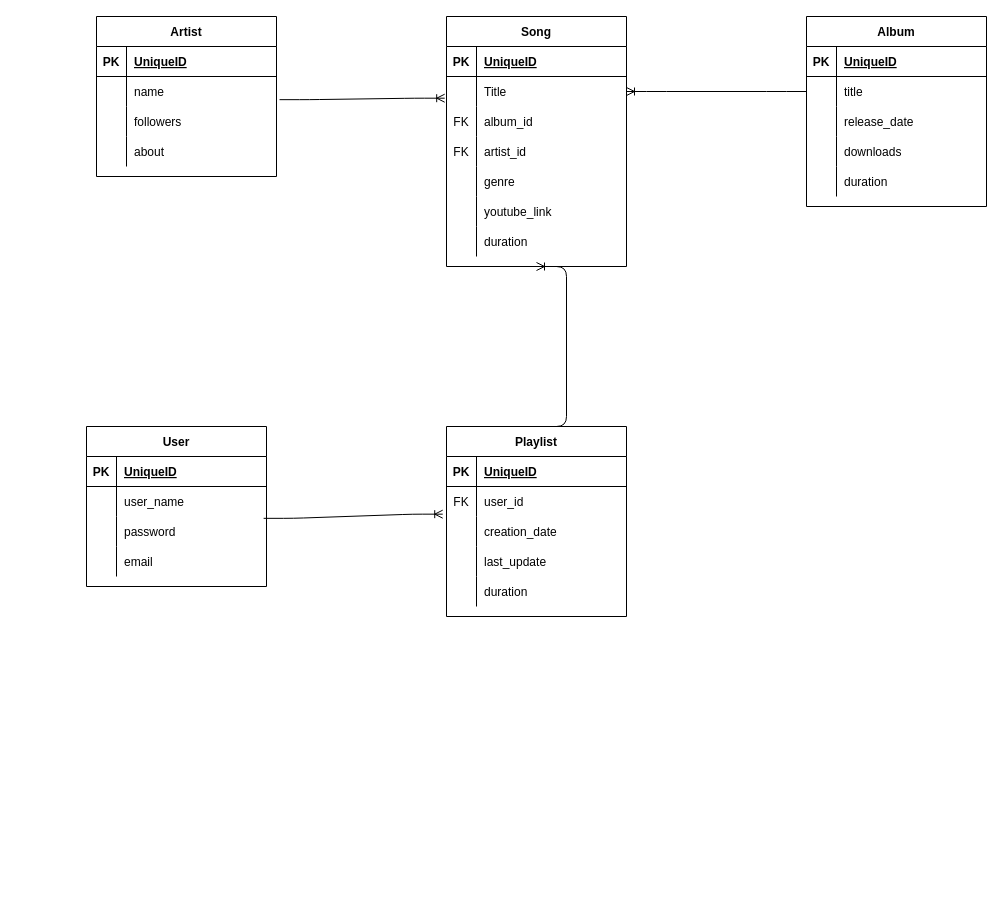
The draw.io diagram entity-relationship.drawio in learn-co-curriculum/phase-3-sinatra-react-project, before the edit. Source tidied: cells renumbered, new cells numbered last; positions are measured from the earlier drawing's top-left corner, leaving out a move shared by most shapes. Both pictures are drawn from the tidied source at 100%, with x=0, y=0 at pixel (86, 16).
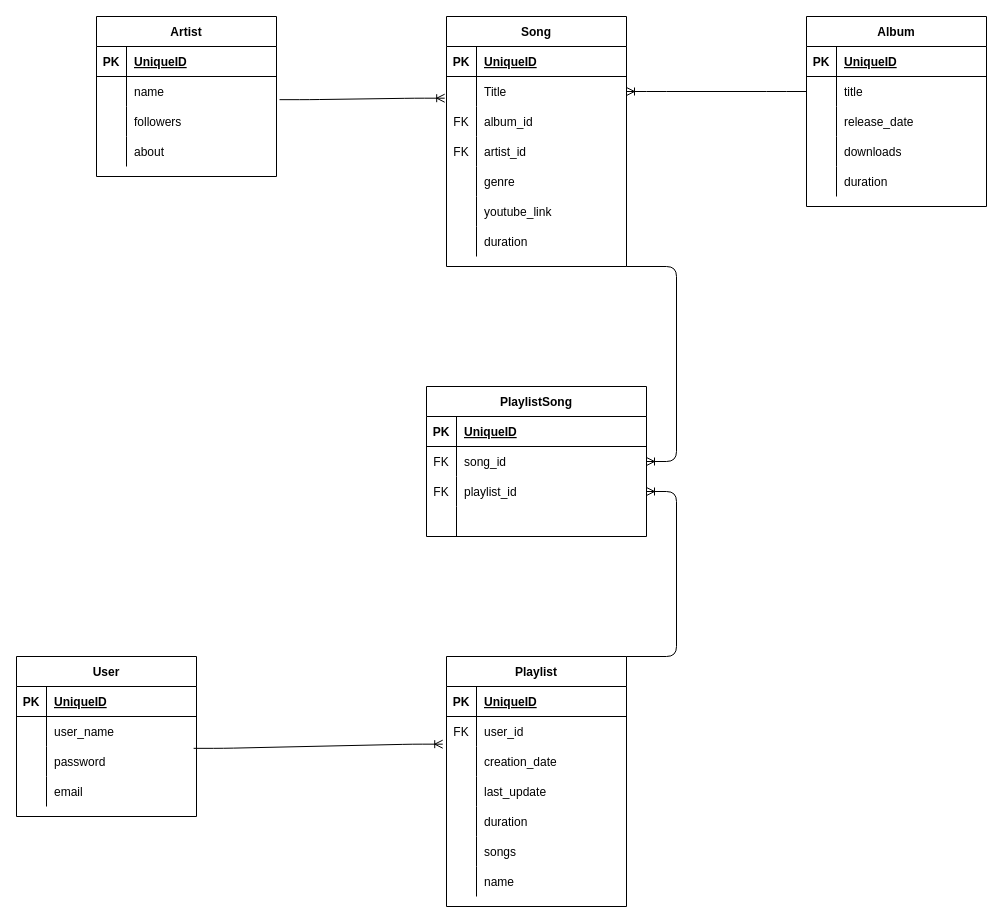
After the change.

Commit message (it also covers changes not shown here):
Added playlist_songs table to hold songs for playlist; fixed diagram and model associations

The change refers to these unchanged cells:
```xml
<mxCell id="15" value="Song" style="shape=table;startSize=30;childLayout=tableLayout;rowLines=0;fontStyle=1;align=center;" parent="1" vertex="1">
  <mxGeometry x="360" width="180" height="250" as="geometry" />
</mxCell>
```

What changed in the source:
```diff
@@
     <mxCell id="55" value="User" style="shape=table;startSize=30;childLayout=tableLayout;rowLines=0;fontStyle=1;align=center;" parent="1" vertex="1">
-      <mxGeometry y="410" width="180" height="160" as="geometry" />
+      <mxGeometry x="-70" y="640" width="180" height="160" as="geometry" />
     </mxCell>
@@
     <mxCell id="68" value="Playlist" style="shape=table;startSize=30;childLayout=tableLayout;rowLines=0;fontStyle=1;align=center;" parent="1" vertex="1">
-      <mxGeometry x="360" y="410" width="180" height="190" as="geometry" />
+      <mxGeometry x="360" y="640" width="180" height="250" as="geometry" />
     </mxCell>
@@
+    <mxCell id="86" style="shape=partialRectangle;fillColor=none;top=0;left=0;bottom=0;right=0;" parent="68" vertex="1">
+      <mxGeometry y="180" width="180" height="30" as="geometry" />
+    </mxCell>
+    <mxCell id="87" style="shape=partialRectangle;fillColor=none;top=0;left=0;bottom=0;right=0;overflow=hidden;" parent="86" vertex="1">
+      <mxGeometry width="30" height="30" as="geometry" />
+    </mxCell>
+    <mxCell id="88" value="songs" style="shape=partialRectangle;fillColor=none;top=0;left=0;bottom=0;right=0;align=left;spacingLeft=6;overflow=hidden;" parent="86" vertex="1">
+      <mxGeometry x="30" width="150" height="30" as="geometry" />
+    </mxCell>
+    <mxCell id="89" style="shape=partialRectangle;fillColor=none;top=0;left=0;bottom=0;right=0;" parent="68" vertex="1">
+      <mxGeometry y="210" width="180" height="30" as="geometry" />
+    </mxCell>
+    <mxCell id="90" style="shape=partialRectangle;fillColor=none;top=0;left=0;bottom=0;right=0;overflow=hidden;" parent="89" vertex="1">
+      <mxGeometry width="30" height="30" as="geometry" />
+    </mxCell>
+    <mxCell id="91" value="name" style="shape=partialRectangle;fillColor=none;top=0;left=0;bottom=0;right=0;align=left;spacingLeft=6;overflow=hidden;" parent="89" vertex="1">
+      <mxGeometry x="30" width="150" height="30" as="geometry" />
+    </mxCell>
@@
-    <mxCell id="85" style="edgeStyle=entityRelationEdgeStyle;fontSize=12;html=1;endArrow=ERoneToMany;exitX=0.5;exitY=0;exitDx=0;exitDy=0;entryX=0.5;entryY=1;entryDx=0;entryDy=0;" parent="1" edge="1" source="68" target="15">
-      <mxGeometry relative="1" as="geometry" />
-    </mxCell>
+    <mxCell id="92" value="PlaylistSong" style="shape=table;startSize=30;childLayout=tableLayout;rowLines=0;fontStyle=1;align=center;" parent="1" vertex="1">
+      <mxGeometry x="340" y="370" width="220" height="150" as="geometry" />
+    </mxCell>
+    <mxCell id="93" style="shape=partialRectangle;fillColor=none;top=0;left=0;bottom=1;right=0;" parent="92" vertex="1">
+      <mxGeometry y="30" width="220" height="30" as="geometry" />
+    </mxCell>
+    <mxCell id="94" value="PK" style="shape=partialRectangle;fillColor=none;top=0;left=0;bottom=0;right=0;fontStyle=1;overflow=hidden;" parent="93" vertex="1">
+      <mxGeometry width="30" height="30" as="geometry" />
+    </mxCell>
+    <mxCell id="95" value="UniqueID" style="shape=partialRectangle;fillColor=none;top=0;left=0;bottom=0;right=0;align=left;spacingLeft=6;fontStyle=5;overflow=hidden;" parent="93" vertex="1">
+      <mxGeometry x="30" width="190" height="30" as="geometry" />
+    </mxCell>
+    <mxCell id="96" style="shape=partialRectangle;fillColor=none;top=0;left=0;bottom=0;right=0;points=[[0,0.5],[1,0.5]];portConstraint=eastwest;" parent="92" vertex="1">
+      <mxGeometry y="60" width="220" height="30" as="geometry" />
+    </mxCell>
+    <mxCell id="97" value="FK" style="shape=partialRectangle;fillColor=none;top=0;left=0;bottom=0;right=0;overflow=hidden;" parent="96" vertex="1">
+      <mxGeometry width="30" height="30" as="geometry" />
+    </mxCell>
+    <mxCell id="98" value="song_id" style="shape=partialRectangle;fillColor=none;top=0;left=0;bottom=0;right=0;align=left;spacingLeft=6;overflow=hidden;" parent="96" vertex="1">
+      <mxGeometry x="30" width="190" height="30" as="geometry" />
+    </mxCell>
+    <mxCell id="99" style="shape=partialRectangle;fillColor=none;top=0;left=0;bottom=0;right=0;points=[[0,0.5],[1,0.5]];portConstraint=eastwest;" parent="92" vertex="1">
+      <mxGeometry y="90" width="220" height="30" as="geometry" />
+    </mxCell>
+    <mxCell id="100" value="FK" style="shape=partialRectangle;fillColor=none;top=0;left=0;bottom=0;right=0;overflow=hidden;" parent="99" vertex="1">
+      <mxGeometry width="30" height="30" as="geometry" />
+    </mxCell>
+    <mxCell id="101" value="playlist_id" style="shape=partialRectangle;fillColor=none;top=0;left=0;bottom=0;right=0;align=left;spacingLeft=6;overflow=hidden;" parent="99" vertex="1">
+      <mxGeometry x="30" width="190" height="30" as="geometry" />
+    </mxCell>
+    <mxCell id="102" style="shape=partialRectangle;fillColor=none;top=0;left=0;bottom=0;right=0;" parent="92" vertex="1">
+      <mxGeometry y="120" width="220" height="30" as="geometry" />
+    </mxCell>
+    <mxCell id="103" style="shape=partialRectangle;fillColor=none;top=0;left=0;bottom=0;right=0;overflow=hidden;" parent="102" vertex="1">
+      <mxGeometry width="30" height="30" as="geometry" />
+    </mxCell>
+    <mxCell id="104" style="shape=partialRectangle;fillColor=none;top=0;left=0;bottom=0;right=0;align=left;spacingLeft=6;overflow=hidden;" parent="102" vertex="1">
+      <mxGeometry x="30" width="190" height="30" as="geometry" />
+    </mxCell>
+    <mxCell id="105" style="edgeStyle=entityRelationEdgeStyle;fontSize=12;html=1;endArrow=ERoneToMany;exitX=1;exitY=0;exitDx=0;exitDy=0;" parent="1" edge="1" source="68" target="99">
+      <mxGeometry relative="1" as="geometry" />
+    </mxCell>
+    <mxCell id="106" style="edgeStyle=entityRelationEdgeStyle;fontSize=12;html=1;endArrow=ERoneToMany;exitX=1;exitY=1;exitDx=0;exitDy=0;" parent="1" edge="1" source="15" target="96">
+      <mxGeometry relative="1" as="geometry" />
+    </mxCell>
```
